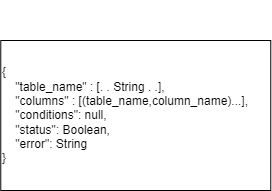
Before: documentation/SyntaxicParserFile.drawio.png, a diagram exported from draw.io (Rift343/COSMOS). Source tidied: cells renumbered, new cells last; positions are measured from the earlier drawing's top-left corner, leaving out a move shared by most shapes.
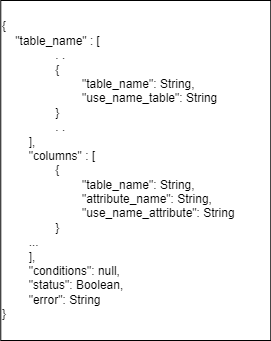
After the change.

What changed in the source:
```diff
@@ -2,11 +2,8 @@
   <root>
     <mxCell id="0" />
     <mxCell id="1" parent="0" />
-    <mxCell id="2" style="group;" parent="1" vertex="1">
-      <mxGeometry x="1" width="270" height="190" as="geometry" />
-    </mxCell>
-    <mxCell id="3" value="&lt;div&gt;{&lt;/div&gt;&lt;div&gt;&lt;span style=&quot;white-space: pre;&quot;&gt;&amp;nbsp;&amp;nbsp;&amp;nbsp;&amp;nbsp;&lt;/span&gt;&quot;table_name&quot; : [. . String . .],&lt;br&gt;&lt;/div&gt;&lt;div&gt;&lt;span style=&quot;&quot;&gt;&lt;span style=&quot;white-space: pre;&quot;&gt;&amp;nbsp;&amp;nbsp;&amp;nbsp;&amp;nbsp;&lt;/span&gt;&lt;/span&gt;&quot;columns&quot; : [(table_name,column_name)...],&lt;/div&gt;&lt;div&gt;&lt;span style=&quot;&quot;&gt;&lt;span style=&quot;white-space: pre;&quot;&gt;&amp;nbsp;&amp;nbsp;&amp;nbsp;&amp;nbsp;&lt;/span&gt;&lt;/span&gt;&quot;conditions&quot;: null,&lt;/div&gt;&lt;div&gt;&lt;span style=&quot;&quot;&gt;&lt;span style=&quot;white-space: pre;&quot;&gt;&amp;nbsp;&amp;nbsp;&amp;nbsp;&amp;nbsp;&lt;/span&gt;&lt;/span&gt;&quot;status&quot;: Boolean,&lt;/div&gt;&lt;div&gt;&lt;span style=&quot;&quot;&gt;&lt;span style=&quot;white-space: pre;&quot;&gt;&amp;nbsp;&amp;nbsp;&amp;nbsp;&amp;nbsp;&lt;/span&gt;&lt;/span&gt;&quot;error&quot;: String&lt;/div&gt;&lt;div&gt;}&lt;/div&gt;" style="whiteSpace=wrap;html=1;align=left;" parent="2" vertex="1">
-      <mxGeometry x="-0.7" y="40" width="270" height="150" as="geometry" />
+    <mxCell id="3" value="&lt;div&gt;{&lt;/div&gt;&lt;div&gt;&lt;span style=&quot;white-space: pre;&quot;&gt;&amp;nbsp;&amp;nbsp;&amp;nbsp;&amp;nbsp;&lt;/span&gt;&quot;table_name&quot; : [&lt;/div&gt;&lt;div&gt;&lt;span style=&quot;white-space: pre;&quot;&gt;&#9;&lt;/span&gt;&lt;span style=&quot;white-space: pre;&quot;&gt;&#9;&lt;/span&gt;.&lt;span style=&quot;background-color: initial;&quot;&gt;&amp;nbsp;.&lt;/span&gt;&lt;/div&gt;&lt;div&gt;&lt;span style=&quot;background-color: initial;&quot;&gt;&lt;span style=&quot;white-space: pre;&quot;&gt;&#9;&lt;/span&gt;&lt;span style=&quot;white-space: pre;&quot;&gt;&#9;&lt;/span&gt;{&lt;/span&gt;&lt;/div&gt;&lt;div&gt;&lt;span style=&quot;background-color: initial;&quot;&gt;&lt;span style=&quot;white-space: pre;&quot;&gt;&#9;&lt;/span&gt;&lt;span style=&quot;white-space: pre;&quot;&gt;&#9;&lt;/span&gt;&lt;span style=&quot;white-space: pre;&quot;&gt;&#9;&lt;/span&gt;&quot;table_name&quot;: String,&lt;br&gt;&lt;/span&gt;&lt;/div&gt;&lt;div&gt;&lt;span style=&quot;background-color: initial;&quot;&gt;&lt;span style=&quot;white-space: pre;&quot;&gt;&#9;&lt;/span&gt;&lt;span style=&quot;white-space: pre;&quot;&gt;&#9;&lt;/span&gt;&lt;span style=&quot;white-space: pre;&quot;&gt;&#9;&lt;/span&gt;&quot;use_name_table&quot;: String&lt;br&gt;&lt;/span&gt;&lt;/div&gt;&lt;div&gt;&lt;span style=&quot;background-color: initial;&quot;&gt;&lt;span style=&quot;white-space: pre;&quot;&gt;&#9;&lt;/span&gt;&lt;span style=&quot;white-space: pre;&quot;&gt;&#9;&lt;/span&gt;}&lt;/span&gt;&lt;/div&gt;&lt;div&gt;&lt;span style=&quot;background-color: initial;&quot;&gt;&lt;span style=&quot;white-space: pre;&quot;&gt;&#9;&lt;/span&gt;&lt;span style=&quot;white-space: pre;&quot;&gt;&#9;&lt;/span&gt;. .&lt;/span&gt;&lt;/div&gt;&lt;div&gt;&lt;span style=&quot;background-color: initial;&quot;&gt;&lt;span style=&quot;white-space: pre;&quot;&gt;&#9;&lt;/span&gt;],&lt;/span&gt;&lt;/div&gt;&lt;div&gt;&lt;span style=&quot;white-space: pre;&quot;&gt;&#9;&lt;/span&gt;&quot;columns&quot; : [&lt;/div&gt;&lt;div&gt;&lt;span style=&quot;white-space: pre;&quot;&gt;&#9;&lt;span style=&quot;white-space: pre;&quot;&gt;&#9;&lt;/span&gt;&lt;/span&gt;{&lt;/div&gt;&lt;div&gt;&lt;span style=&quot;white-space: pre;&quot;&gt;&#9;&lt;span style=&quot;white-space: pre;&quot;&gt;&#9;&lt;/span&gt;&lt;/span&gt;&lt;span style=&quot;white-space: pre;&quot;&gt;&#9;&lt;/span&gt;&quot;table_name&quot;: String,&lt;/div&gt;&lt;div&gt;&lt;span style=&quot;white-space: pre;&quot;&gt;&#9;&lt;span style=&quot;white-space: pre;&quot;&gt;&#9;&lt;/span&gt;&lt;/span&gt;&lt;span style=&quot;white-space: pre;&quot;&gt;&#9;&lt;/span&gt;&quot;attribute_name&quot;: String,&lt;/div&gt;&lt;div&gt;&lt;span style=&quot;white-space: pre;&quot;&gt;&#9;&lt;span style=&quot;white-space: pre;&quot;&gt;&#9;&lt;/span&gt;&lt;/span&gt;&lt;span style=&quot;white-space: pre;&quot;&gt;&#9;&lt;/span&gt;&quot;use_name_attribute&quot;: String&lt;/div&gt;&lt;div&gt;&lt;span style=&quot;white-space: pre;&quot;&gt;&#9;&lt;span style=&quot;white-space: pre;&quot;&gt;&#9;&lt;/span&gt;&lt;/span&gt;}&lt;/div&gt;&lt;div&gt;&lt;span style=&quot;white-space: pre;&quot;&gt;&#9;&lt;/span&gt;...&lt;/div&gt;&lt;div&gt;&lt;span style=&quot;white-space: pre;&quot;&gt;&#9;&lt;/span&gt;],&lt;/div&gt;&lt;div&gt;&lt;span style=&quot;white-space: pre;&quot;&gt;&#9;&lt;/span&gt;&quot;conditions&quot;: null,&lt;/div&gt;&lt;div&gt;&lt;span style=&quot;white-space: pre;&quot;&gt;&#9;&lt;/span&gt;&quot;status&quot;: Boolean,&lt;/div&gt;&lt;div&gt;&lt;span style=&quot;white-space: pre;&quot;&gt;&#9;&lt;/span&gt;&quot;error&quot;: String&lt;/div&gt;&lt;div&gt;}&lt;/div&gt;" style="whiteSpace=wrap;html=1;align=left;" parent="1" vertex="1">
+      <mxGeometry x="0.3" y="-30" width="270" height="340" as="geometry" />
     </mxCell>
   </root>
 </mxGraphModel>
```
